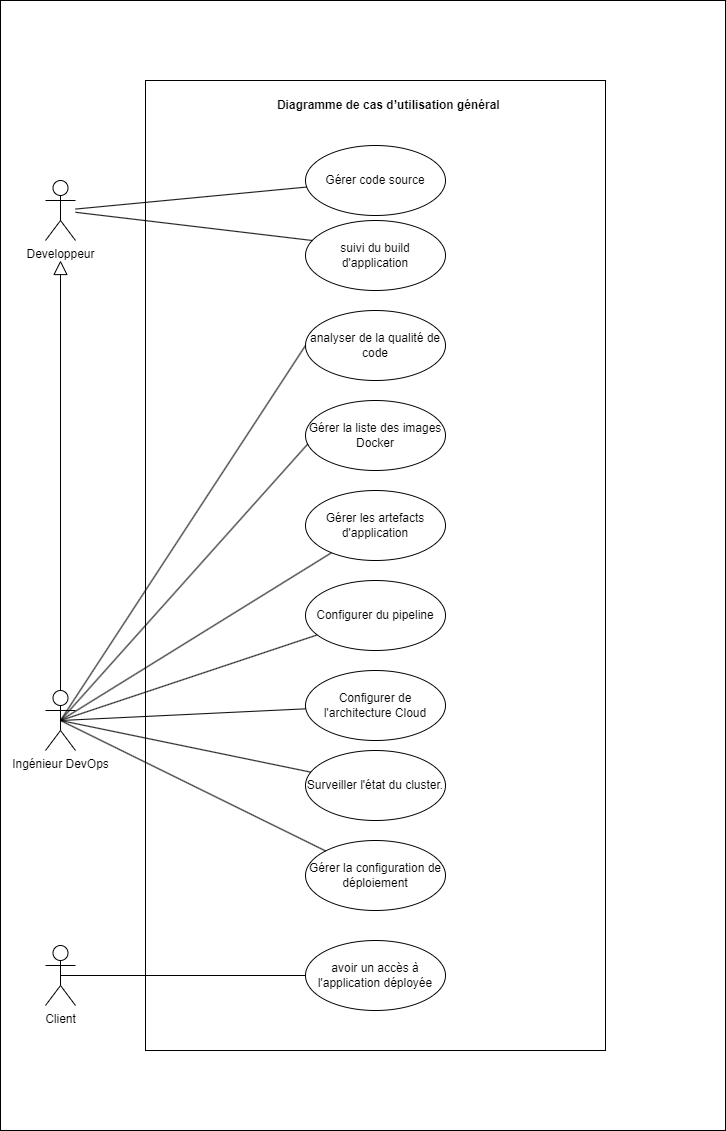
This is Use case.drawio.png from rayenbch/rapport, a draw.io export, as it was before one commit. Source tidied: cells renumbered, new cells last; positions are measured from the earlier drawing's top-left corner, leaving out a move shared by most shapes.
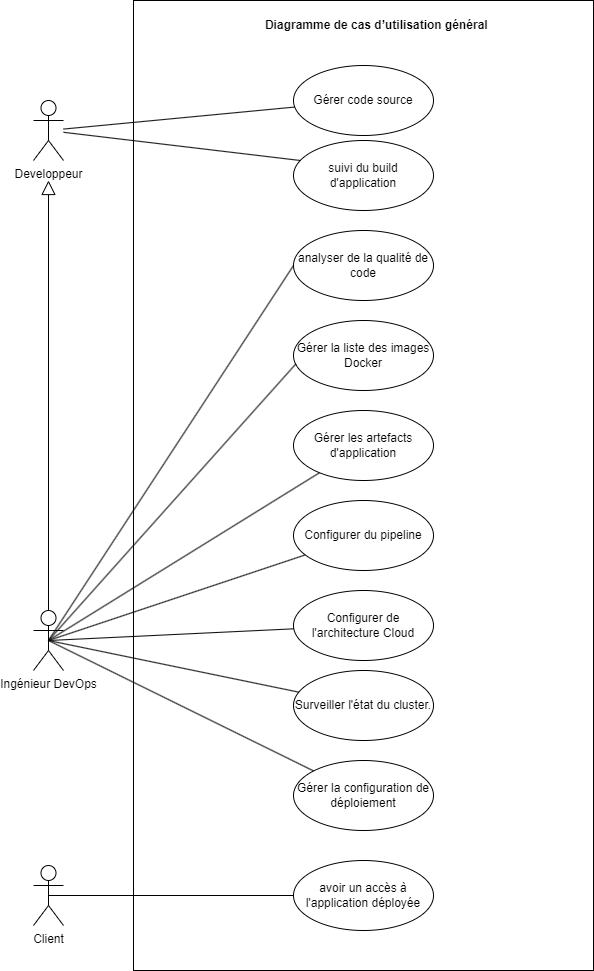
After the change.

Change to the diagram source:
```diff
@@ -84,8 +84,5 @@
         <mxPoint x="60" y="260" as="targetPoint" />
       </mxGeometry>
     </mxCell>
-    <mxCell id="28" style="rounded=0;whiteSpace=wrap;html=1;fillColor=none;" parent="1" vertex="1">
-      <mxGeometry width="725" height="1130" as="geometry" />
-    </mxCell>
   </root>
 </mxGraphModel>
```
